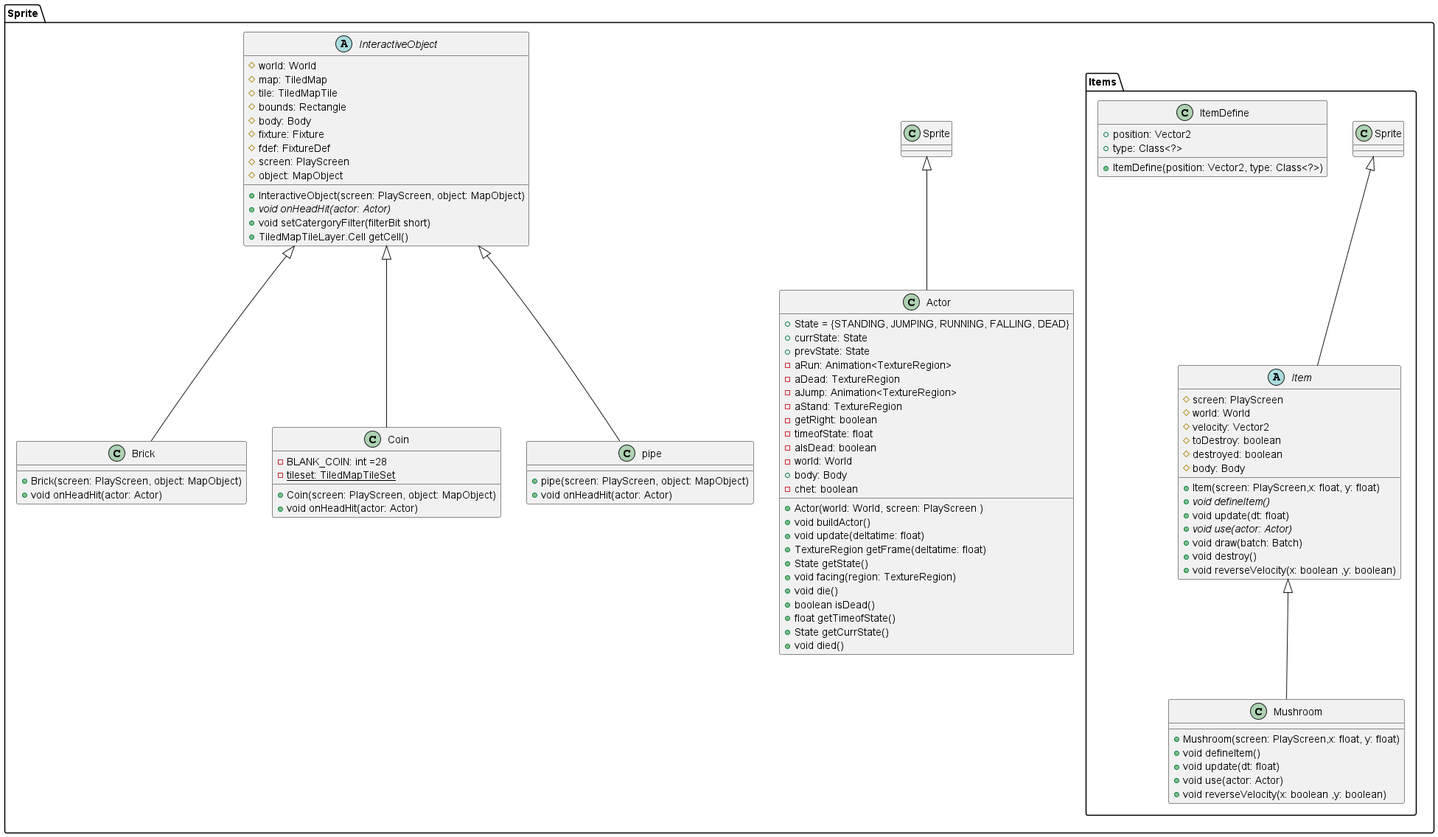
The PlantUML diagram UML/UML Package Sprite.png in trongnd106/endless-journey, before a commit. Source of this version:
```plantuml
@startuml

package Sprite{
class Actor extends Sprite
class Brick extends InteractiveObject
class Coin extends InteractiveObject
class pipe extends InteractiveObject
class Actor{
+ State = {STANDING, JUMPING, RUNNING, FALLING, DEAD}
+ currState: State
+ prevState: State
- aRun: Animation<TextureRegion>
- aDead: TextureRegion
- aJump: Animation<TextureRegion>
- aStand: TextureRegion
- getRight: boolean
- timeofState: float
- aIsDead: boolean
- world: World
+ body: Body
- chet: boolean

+ Actor(world: World, screen: PlayScreen )
+ void buildActor()
+ void update(deltatime: float)
+ TextureRegion getFrame(deltatime: float)
+ State getState()
+ void facing(region: TextureRegion)
+ void die()
+ boolean isDead()
+ float getTimeofState()
+ State getCurrState()
+ void died()
}

abstract class InteractiveObject{
# world: World
# map: TiledMap
# tile: TiledMapTile
# bounds: Rectangle
# body: Body
# fixture: Fixture
# fdef: FixtureDef
# screen: PlayScreen
# object: MapObject

+ InteractiveObject(screen: PlayScreen, object: MapObject)
+ {abstract} void onHeadHit(actor: Actor)
+ void setCatergoryFilter(filterBit short)
+ TiledMapTileLayer.Cell getCell()
}

class Brick{
+ Brick(screen: PlayScreen, object: MapObject)
+ void onHeadHit(actor: Actor)
}

class Coin{
- BLANK_COIN: int =28
- {static} tileset: TiledMapTileSet

+ Coin(screen: PlayScreen, object: MapObject)
+ void onHeadHit(actor: Actor)
}

class pipe{
+ pipe(screen: PlayScreen, object: MapObject)
+ void onHeadHit(actor: Actor)
}
package Items{
class Item extends Sprite
class Mushroom extends Item
abstract class Item{
# screen: PlayScreen
# world: World
# velocity: Vector2
# toDestroy: boolean
# destroyed: boolean
# body: Body

+ Item(screen: PlayScreen,x: float, y: float)
+ {abstract} void defineItem()
+ void update(dt: float)
+ {abstract} void use(actor: Actor)
+ void draw(batch: Batch)
+ void destroy()
+ void reverseVelocity(x: boolean ,y: boolean)
}

class ItemDefine{
+ position: Vector2
+ type: Class<?>

+ ItemDefine(position: Vector2, type: Class<?>)
}

class Mushroom{
+ Mushroom(screen: PlayScreen,x: float, y: float)
+ void defineItem()
+ void update(dt: float)
+ void use(actor: Actor)
+ void reverseVelocity(x: boolean ,y: boolean)
}
}
}
@enduml
```
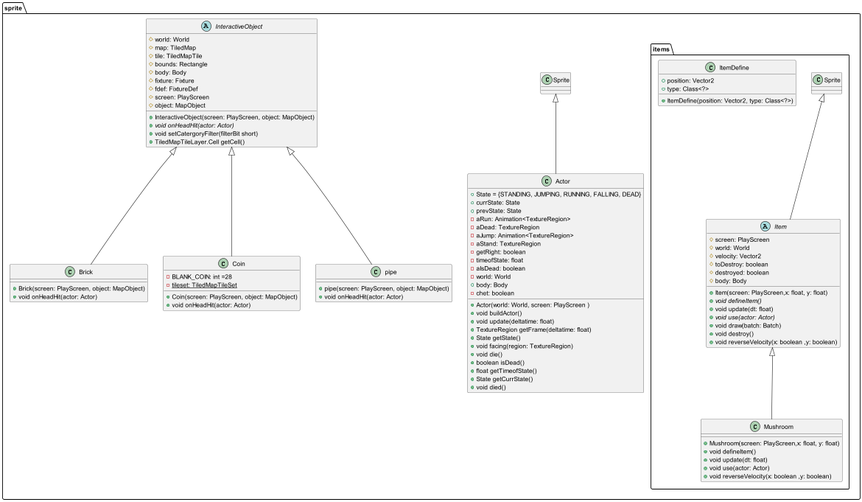
The same file after the commit.

Commit message:
cap nhat UML Package

The edit, as a diff of the source:
```diff
@@ -1,6 +1,6 @@
 @startuml
 
-package Sprite{
+package sprite{
 class Actor extends Sprite
 class Brick extends InteractiveObject
 class Coin extends InteractiveObject
@@ -67,7 +67,7 @@
 + pipe(screen: PlayScreen, object: MapObject)
 + void onHeadHit(actor: Actor)
 }
-package Items{
+package items{
 class Item extends Sprite
 class Mushroom extends Item
 abstract class Item{
```
